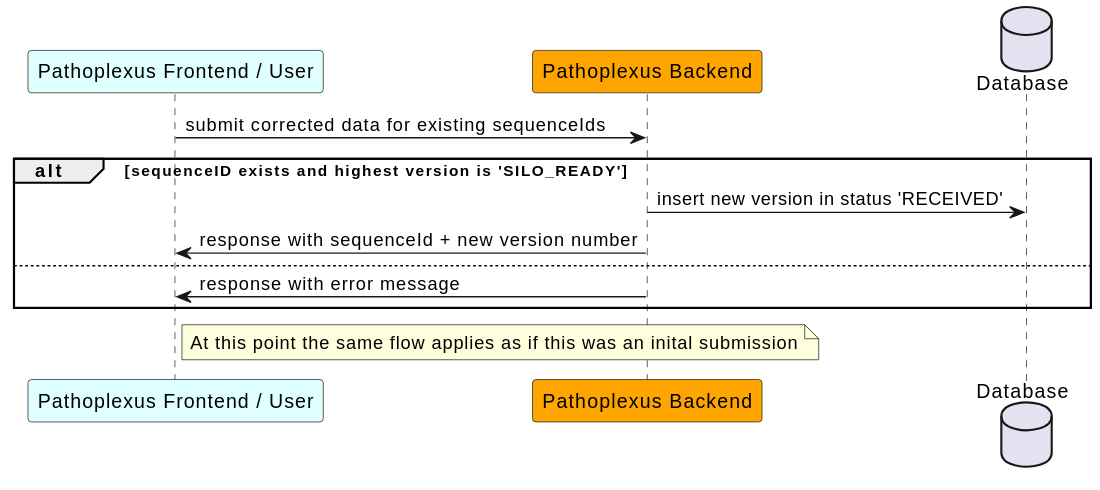
The PlantUML diagram backend/docs/plantuml/sequenceRevision.svg in loculus-project/loculus, before a commit.
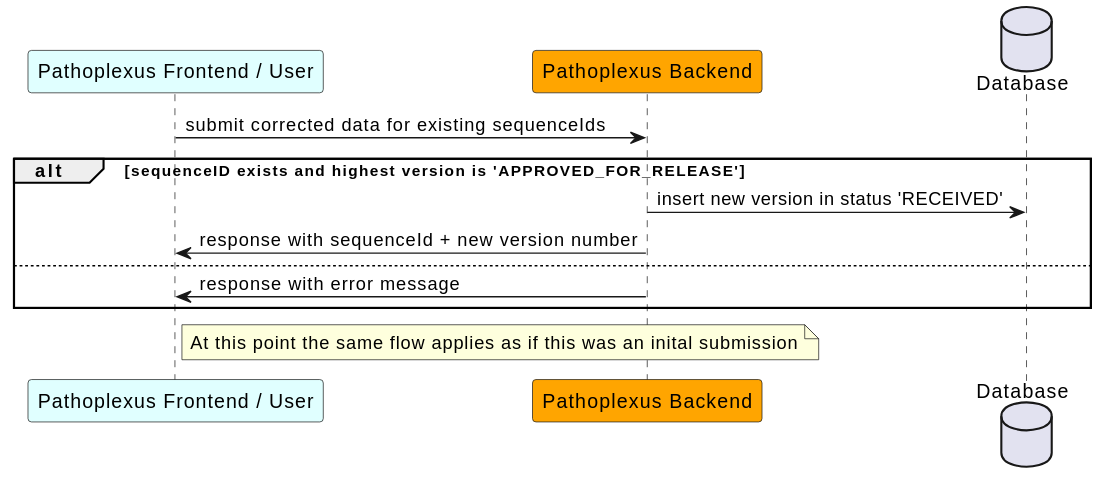
The same file after the commit.

What changed in the source:
```diff
@@ -6,7 +6,7 @@
 
     frontend -> backend: submit corrected data for existing sequenceIds
 
-    alt sequenceID exists and highest version is 'SILO_READY'
+    alt sequenceID exists and highest version is 'APPROVED_FOR_RELEASE'
         backend -> DB: insert new version in status 'RECEIVED'
     backend -> frontend: response with sequenceId + new version number
     else
```
